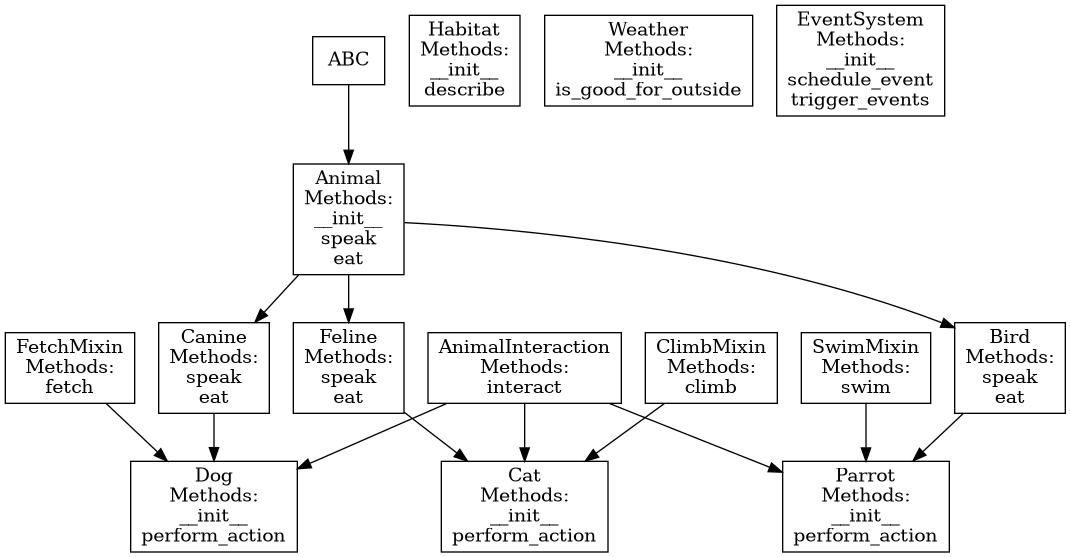
The Graphviz diagram output/class_relationships_with_access.png in Levoluti0n/python-to-uml-generator-cpp, before a commit. Its source is kept beside it as output/class_relationships_with_access.dot.
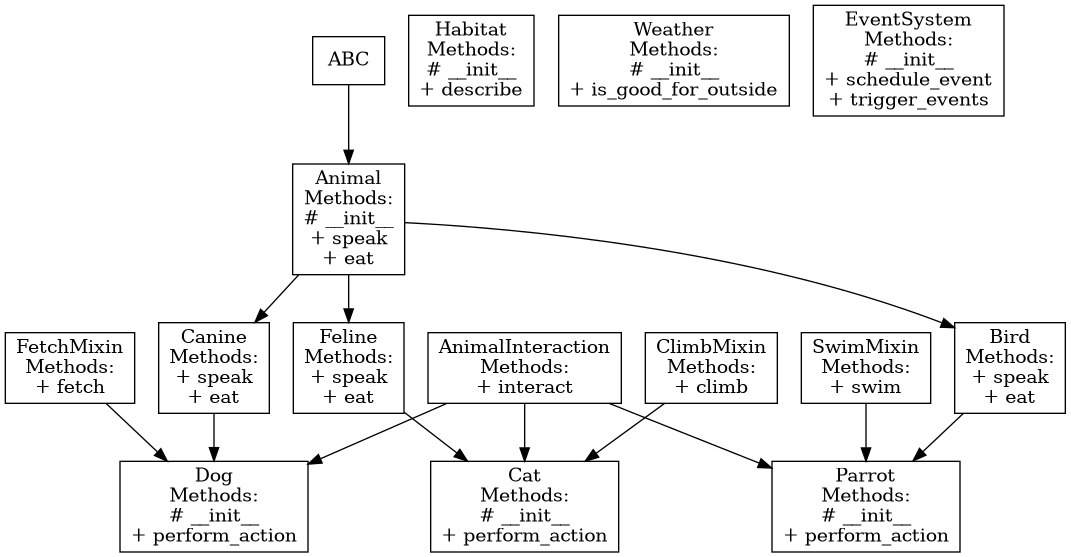
After the commit.

Commit message:
Add Access Modifiers

Diff of the diagram source:
```diff
@@ -1,30 +1,30 @@
 digraph G {
     node [shape=box];
-    Animal [label="Animal\nMethods:\n__init__\nspeak\neat\n"];
-    ABC -> Animal;
-    Canine [label="Canine\nMethods:\nspeak\neat\n"];
-    Animal -> Canine;
-    Feline [label="Feline\nMethods:\nspeak\neat\n"];
-    Animal -> Feline;
-    Bird [label="Bird\nMethods:\nspeak\neat\n"];
-    Animal -> Bird;
-    Habitat [label="Habitat\nMethods:\n__init__\ndescribe\n"];
-    Weather [label="Weather\nMethods:\n__init__\nis_good_for_outside\n"];
-    FetchMixin [label="FetchMixin\nMethods:\nfetch\n"];
-    ClimbMixin [label="ClimbMixin\nMethods:\nclimb\n"];
-    SwimMixin [label="SwimMixin\nMethods:\nswim\n"];
-    EventSystem [label="EventSystem\nMethods:\n__init__\nschedule_event\ntrigger_events\n"];
-    AnimalInteraction [label="AnimalInteraction\nMethods:\ninteract\n"];
-    Dog [label="Dog\nMethods:\n__init__\nperform_action\n"];
-    Canine -> Dog;
-    FetchMixin -> Dog;
-    AnimalInteraction -> Dog;
-    Cat [label="Cat\nMethods:\n__init__\nperform_action\n"];
-    Feline -> Cat;
-    ClimbMixin -> Cat;
-    AnimalInteraction -> Cat;
-    Parrot [label="Parrot\nMethods:\n__init__\nperform_action\n"];
-    Bird -> Parrot;
-    SwimMixin -> Parrot;
-    AnimalInteraction -> Parrot;
+    Animal [label="Animal\nMethods:\n# __init__\n+ speak\n+ eat\n"];
+    "ABC" -> Animal;
+    Canine [label="Canine\nMethods:\n+ speak\n+ eat\n"];
+    "Animal" -> Canine;
+    Feline [label="Feline\nMethods:\n+ speak\n+ eat\n"];
+    "Animal" -> Feline;
+    Bird [label="Bird\nMethods:\n+ speak\n+ eat\n"];
+    "Animal" -> Bird;
+    Habitat [label="Habitat\nMethods:\n# __init__\n+ describe\n"];
+    Weather [label="Weather\nMethods:\n# __init__\n+ is_good_for_outside\n"];
+    FetchMixin [label="FetchMixin\nMethods:\n+ fetch\n"];
+    ClimbMixin [label="ClimbMixin\nMethods:\n+ climb\n"];
+    SwimMixin [label="SwimMixin\nMethods:\n+ swim\n"];
+    EventSystem [label="EventSystem\nMethods:\n# __init__\n+ schedule_event\n+ trigger_events\n"];
+    AnimalInteraction [label="AnimalInteraction\nMethods:\n+ interact\n"];
+    Dog [label="Dog\nMethods:\n# __init__\n+ perform_action\n"];
+    "Canine" -> Dog;
+    "FetchMixin" -> Dog;
+    "AnimalInteraction" -> Dog;
+    Cat [label="Cat\nMethods:\n# __init__\n+ perform_action\n"];
+    "Feline" -> Cat;
+    "ClimbMixin" -> Cat;
+    "AnimalInteraction" -> Cat;
+    Parrot [label="Parrot\nMethods:\n# __init__\n+ perform_action\n"];
+    "Bird" -> Parrot;
+    "SwimMixin" -> Parrot;
+    "AnimalInteraction" -> Parrot;
 }
```
